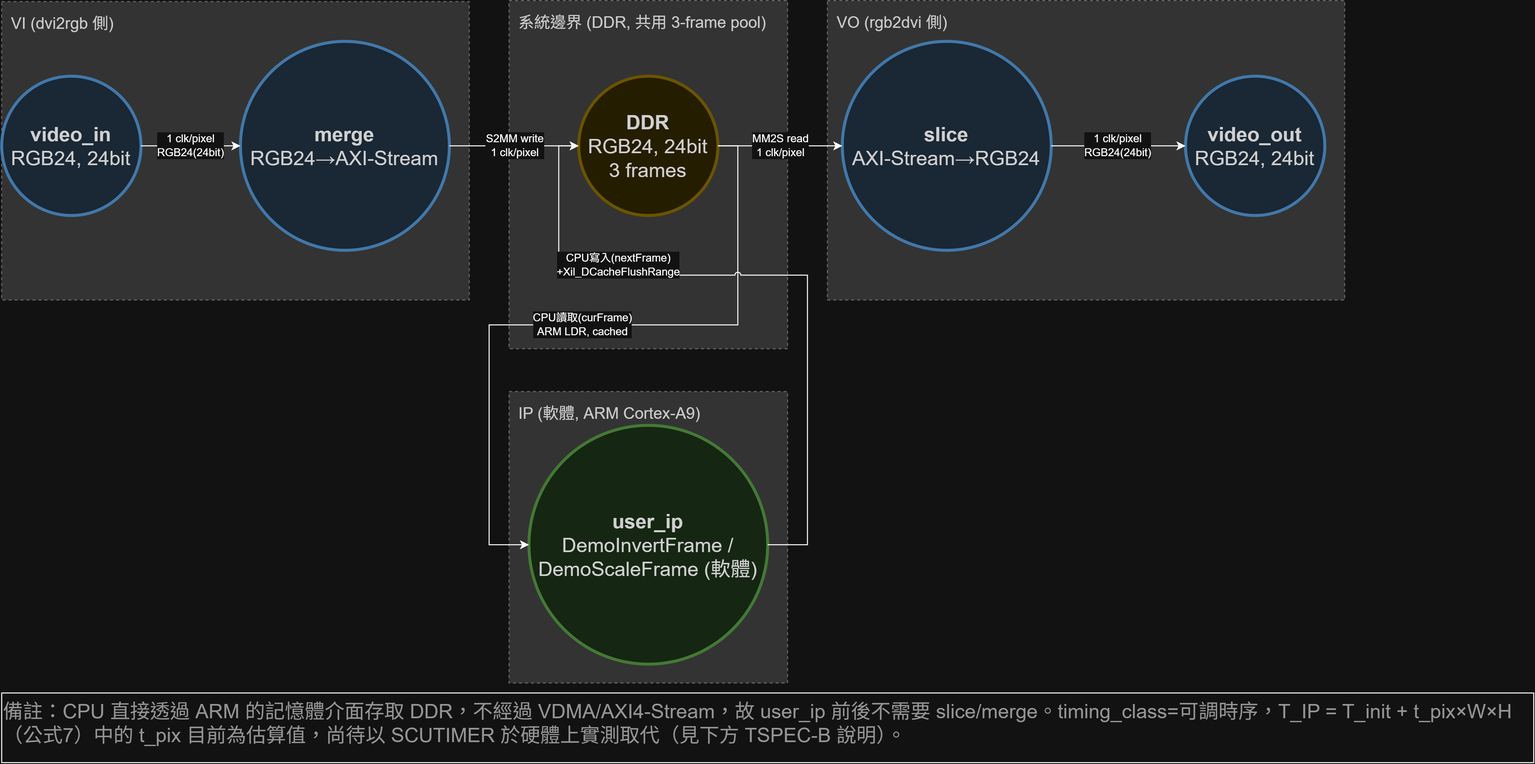
Earlier version of the draw.io export hdmi-in/image/AOV-B_CPU影像處理模式.drawio.png (c111185103-alt/VI-IP-VO). Source tidied: cells renumbered, new cells last; positions are measured from the earlier drawing's top-left corner, leaving out a move shared by most shapes. Source of this version:
```xml
<mxGraphModel>
  <root>
    <mxCell id="0" />
    <mxCell id="1" parent="0" />
    <mxCell id="2" value="&lt;font style=&quot;font-size: 16px; color: light-dark(rgb(0, 0, 0), rgb(204, 204, 204));&quot;&gt;VI (dvi2rgb 側)&lt;/font&gt;" style="whiteSpace=wrap;html=1;verticalAlign=top;align=left;dashed=1;strokeColor=#999999;fontColor=#666666;fontSize=13;spacingLeft=8;spacingTop=6;fillColor=light-dark(#FFFFFF,#333333);" parent="1" vertex="1">
      <mxGeometry y="1" width="470" height="300" as="geometry" />
    </mxCell>
    <mxCell id="3" value="&lt;font style=&quot;font-size: 16px; color: light-dark(rgb(0, 0, 0), rgb(204, 204, 204));&quot;&gt;系統邊界 (DDR, 共用 3-frame pool)&lt;/font&gt;" style="whiteSpace=wrap;html=1;verticalAlign=top;align=left;dashed=1;strokeColor=#999999;fontColor=#666666;fontSize=13;spacingLeft=8;spacingTop=6;fillColor=light-dark(#FFFFFF,#333333);" parent="1" vertex="1">
      <mxGeometry x="510" width="280" height="350" as="geometry" />
    </mxCell>
    <mxCell id="4" value="&lt;font style=&quot;font-size: 16px; color: light-dark(rgb(0, 0, 0), rgb(204, 204, 204));&quot;&gt;IP (軟體, ARM Cortex-A9)&lt;/font&gt;" style="whiteSpace=wrap;html=1;verticalAlign=top;align=left;dashed=1;strokeColor=#999999;fontColor=#666666;fontSize=13;spacingLeft=8;spacingTop=6;fillColor=light-dark(#FFFFFF,#333333);" parent="1" vertex="1">
      <mxGeometry x="510" y="393" width="280" height="293" as="geometry" />
    </mxCell>
    <mxCell id="5" value="&lt;font style=&quot;font-size: 16px; color: light-dark(rgb(0, 0, 0), rgb(204, 204, 204));&quot;&gt;VO (rgb2dvi 側)&lt;/font&gt;" style="whiteSpace=wrap;html=1;verticalAlign=top;align=left;dashed=1;strokeColor=#999999;fontColor=#666666;fontSize=13;spacingLeft=8;spacingTop=6;fillColor=light-dark(#FFFFFF,#333333);" parent="1" vertex="1">
      <mxGeometry x="830" width="520" height="301" as="geometry" />
    </mxCell>
    <mxCell id="6" value="&lt;div&gt;&lt;font style=&quot;font-size: 20px;&quot;&gt;&lt;b style=&quot;&quot;&gt;video_in&lt;/b&gt;&lt;/font&gt;&lt;/div&gt;&lt;div&gt;&lt;font style=&quot;font-size: 20px;&quot;&gt;RGB24, 24bit&lt;/font&gt;&lt;/div&gt;" style="ellipse;whiteSpace=wrap;html=1;verticalAlign=middle;align=center;fillColor=#DCEBFA;strokeColor=#5B9BD5;strokeWidth=3;fontColor=#222222;" parent="1" vertex="1">
      <mxGeometry y="76" width="140" height="140" as="geometry" />
    </mxCell>
    <mxCell id="7" value="&lt;div&gt;&lt;font style=&quot;font-size: 20px;&quot;&gt;&lt;b style=&quot;&quot;&gt;merge&lt;/b&gt;&lt;/font&gt;&lt;/div&gt;&lt;div&gt;&lt;font style=&quot;font-size: 20px;&quot;&gt;RGB24→AXI-Stream&lt;/font&gt;&lt;/div&gt;" style="ellipse;whiteSpace=wrap;html=1;verticalAlign=middle;align=center;fillColor=#DCEBFA;strokeColor=#5B9BD5;strokeWidth=3;fontColor=#222222;" parent="1" vertex="1">
      <mxGeometry x="240" y="41" width="210" height="210" as="geometry" />
    </mxCell>
    <mxCell id="8" value="&lt;div&gt;&lt;font style=&quot;font-size: 20px;&quot;&gt;&lt;b style=&quot;&quot;&gt;DDR&lt;/b&gt;&lt;/font&gt;&lt;/div&gt;&lt;div&gt;&lt;font style=&quot;font-size: 20px;&quot;&gt;RGB24, 24bit&lt;/font&gt;&lt;/div&gt;&lt;div&gt;&lt;font style=&quot;font-size: 20px;&quot;&gt;3 frames&lt;/font&gt;&lt;/div&gt;" style="ellipse;whiteSpace=wrap;html=1;verticalAlign=middle;align=center;fillColor=#FBF3CF;strokeColor=#D4B93C;strokeWidth=3;fontColor=#222222;" parent="1" vertex="1">
      <mxGeometry x="580" y="76" width="140" height="140" as="geometry" />
    </mxCell>
    <mxCell id="9" value="&lt;div&gt;&lt;font style=&quot;font-size: 20px;&quot;&gt;&lt;b style=&quot;&quot;&gt;slice&lt;/b&gt;&lt;/font&gt;&lt;/div&gt;&lt;div&gt;&lt;font style=&quot;font-size: 20px;&quot;&gt;AXI-Stream→RGB24&lt;/font&gt;&lt;/div&gt;" style="ellipse;whiteSpace=wrap;html=1;verticalAlign=middle;align=center;fillColor=#DCEBFA;strokeColor=#5B9BD5;strokeWidth=3;fontColor=#222222;" parent="1" vertex="1">
      <mxGeometry x="845" y="41" width="210" height="210" as="geometry" />
    </mxCell>
    <mxCell id="10" value="&lt;div&gt;&lt;font style=&quot;font-size: 20px;&quot;&gt;&lt;b style=&quot;&quot;&gt;video_out&lt;/b&gt;&lt;/font&gt;&lt;/div&gt;&lt;div&gt;&lt;font style=&quot;font-size: 20px;&quot;&gt;RGB24, 24bit&lt;/font&gt;&lt;/div&gt;" style="ellipse;whiteSpace=wrap;html=1;verticalAlign=middle;align=center;fillColor=#DCEBFA;strokeColor=#5B9BD5;strokeWidth=3;fontColor=#222222;" parent="1" vertex="1">
      <mxGeometry x="1190" y="76" width="140" height="140" as="geometry" />
    </mxCell>
    <mxCell id="11" value="&lt;div&gt;&lt;font style=&quot;font-size: 20px;&quot;&gt;&lt;b style=&quot;&quot;&gt;user_ip&lt;/b&gt;&lt;/font&gt;&lt;/div&gt;&lt;div&gt;&lt;font style=&quot;font-size: 20px;&quot;&gt;DemoInvertFrame /&lt;/font&gt;&lt;/div&gt;&lt;div&gt;&lt;font style=&quot;font-size: 20px;&quot;&gt;DemoScaleFrame (軟體)&lt;/font&gt;&lt;/div&gt;" style="ellipse;whiteSpace=wrap;html=1;verticalAlign=middle;align=center;fillColor=#DFF3DC;strokeColor=#6FAE5E;strokeWidth=3;fontColor=#222222;" parent="1" vertex="1">
      <mxGeometry x="530" y="427" width="240" height="240" as="geometry" />
    </mxCell>
    <mxCell id="12" value="1 clk/pixel&lt;br&gt;RGB24(24bit)" style="edgeStyle=orthogonalEdgeStyle;rounded=0;jettySize=auto;html=1;exitX=1;exitY=0.5;exitDx=0;exitDy=0;entryX=0;entryY=0.5;entryDx=0;entryDy=0;fontSize=11;jumpStyle=arc;" parent="1" edge="1" source="6" target="7">
      <mxGeometry relative="1" as="geometry" />
    </mxCell>
    <mxCell id="13" value="S2MM write&lt;br&gt;1 clk/pixel" style="edgeStyle=orthogonalEdgeStyle;rounded=0;jettySize=auto;html=1;exitX=1;exitY=0.5;exitDx=0;exitDy=0;entryX=0;entryY=0.5;entryDx=0;entryDy=0;fontSize=11;jumpStyle=arc;" parent="1" edge="1" source="7" target="8">
      <mxGeometry relative="1" as="geometry" />
    </mxCell>
    <mxCell id="14" value="MM2S read&lt;br&gt;1 clk/pixel" style="edgeStyle=orthogonalEdgeStyle;rounded=0;jettySize=auto;html=1;exitX=1;exitY=0.5;exitDx=0;exitDy=0;entryX=0;entryY=0.5;entryDx=0;entryDy=0;fontSize=11;jumpStyle=arc;" parent="1" edge="1" source="8" target="9">
      <mxGeometry relative="1" as="geometry" />
    </mxCell>
    <mxCell id="15" value="1 clk/pixel&lt;br&gt;RGB24(24bit)" style="edgeStyle=orthogonalEdgeStyle;rounded=0;jettySize=auto;html=1;exitX=1;exitY=0.5;exitDx=0;exitDy=0;entryX=0;entryY=0.5;entryDx=0;entryDy=0;fontSize=11;jumpStyle=arc;" parent="1" edge="1" source="9" target="10">
      <mxGeometry relative="1" as="geometry" />
    </mxCell>
    <mxCell id="16" value="CPU讀取(curFrame)&lt;br&gt;ARM LDR, cached" style="edgeStyle=orthogonalEdgeStyle;rounded=0;jettySize=auto;html=1;exitX=1;exitY=0.5;exitDx=0;exitDy=0;entryX=0;entryY=0.5;entryDx=0;entryDy=0;fontSize=11;jumpStyle=arc;" parent="1" edge="1" source="8" target="11">
      <mxGeometry relative="1" as="geometry">
        <Array as="points">
          <mxPoint x="740" y="146" />
          <mxPoint x="740" y="326" />
          <mxPoint x="490" y="326" />
          <mxPoint x="490" y="547" />
        </Array>
      </mxGeometry>
    </mxCell>
    <mxCell id="17" value="CPU寫入(nextFrame)&lt;br&gt;+Xil_DCacheFlushRange" style="edgeStyle=orthogonalEdgeStyle;rounded=0;jettySize=auto;html=1;exitX=1;exitY=0.5;exitDx=0;exitDy=0;entryX=0;entryY=0.5;entryDx=0;entryDy=0;fontSize=11;jumpStyle=arc;" parent="1" edge="1" source="11" target="8">
      <mxGeometry x="0.41" y="-10" relative="1" as="geometry">
        <Array as="points">
          <mxPoint x="810" y="547" />
          <mxPoint x="810" y="276" />
          <mxPoint x="560" y="276" />
          <mxPoint x="560" y="146" />
        </Array>
      </mxGeometry>
    </mxCell>
    <mxCell id="18" value="&lt;font style=&quot;font-size: 20px;&quot;&gt;備註：CPU 直接透過 ARM 的記憶體介面存取 DDR，不經過 VDMA/AXI4-Stream，故 user_ip 前後不需要 slice/merge。timing_class=可調時序，T_IP = T_init + t_pix×W×H（公式7）中的 t_pix 目前為估算值，尚待以 SCUTIMER 於硬體上實測取代（見下方 TSPEC-B 說明）。&lt;/font&gt;" style="whiteSpace=wrap;html=1;align=left;verticalAlign=top;fontSize=12;fontColor=#666666;" parent="1" vertex="1">
      <mxGeometry y="696" width="1540" height="70" as="geometry" />
    </mxCell>
  </root>
</mxGraphModel>
```
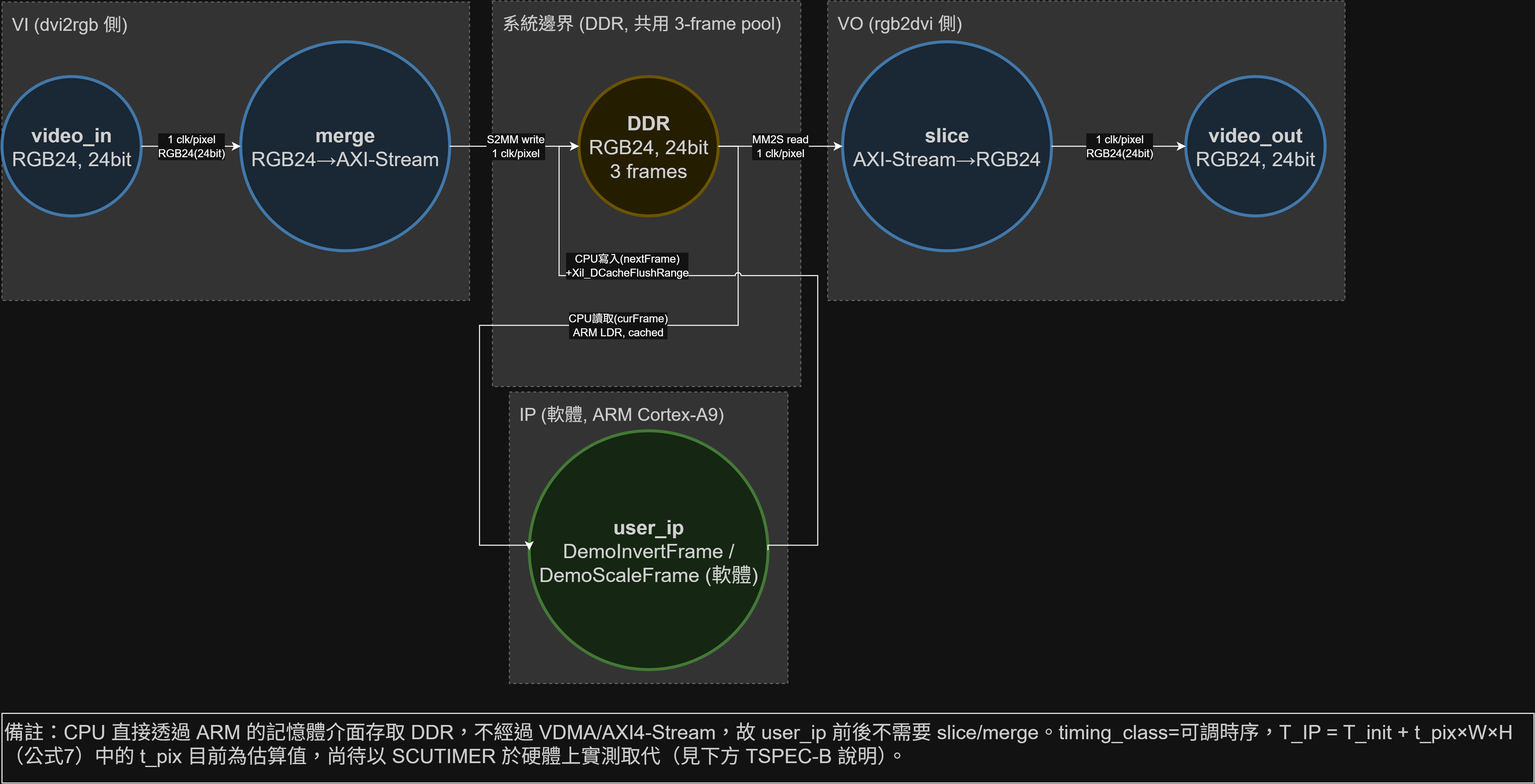
Above is the later version.

The edit, as a diff of the source:
```diff
@@ -2,16 +2,16 @@
   <root>
     <mxCell id="0" />
     <mxCell id="1" parent="0" />
-    <mxCell id="2" value="&lt;font style=&quot;font-size: 16px; color: light-dark(rgb(0, 0, 0), rgb(204, 204, 204));&quot;&gt;VI (dvi2rgb 側)&lt;/font&gt;" style="whiteSpace=wrap;html=1;verticalAlign=top;align=left;dashed=1;strokeColor=#999999;fontColor=#666666;fontSize=13;spacingLeft=8;spacingTop=6;fillColor=light-dark(#FFFFFF,#333333);" parent="1" vertex="1">
+    <mxCell id="2" value="&lt;font style=&quot;color: light-dark(rgb(0, 0, 0), rgb(204, 204, 204)); font-size: 18px;&quot;&gt;VI (dvi2rgb 側)&lt;/font&gt;" style="whiteSpace=wrap;html=1;verticalAlign=top;align=left;dashed=1;strokeColor=#999999;fontColor=#666666;fontSize=13;spacingLeft=8;spacingTop=6;fillColor=light-dark(#FFFFFF,#333333);" parent="1" vertex="1">
       <mxGeometry y="1" width="470" height="300" as="geometry" />
     </mxCell>
-    <mxCell id="3" value="&lt;font style=&quot;font-size: 16px; color: light-dark(rgb(0, 0, 0), rgb(204, 204, 204));&quot;&gt;系統邊界 (DDR, 共用 3-frame pool)&lt;/font&gt;" style="whiteSpace=wrap;html=1;verticalAlign=top;align=left;dashed=1;strokeColor=#999999;fontColor=#666666;fontSize=13;spacingLeft=8;spacingTop=6;fillColor=light-dark(#FFFFFF,#333333);" parent="1" vertex="1">
-      <mxGeometry x="510" width="280" height="350" as="geometry" />
+    <mxCell id="3" value="&lt;font style=&quot;color: light-dark(rgb(0, 0, 0), rgb(204, 204, 204)); font-size: 18px;&quot;&gt;系統邊界 (DDR, 共用 3-frame pool)&lt;/font&gt;" style="whiteSpace=wrap;html=1;verticalAlign=top;align=left;dashed=1;strokeColor=#999999;fontColor=#666666;fontSize=13;spacingLeft=8;spacingTop=6;fillColor=light-dark(#FFFFFF,#333333);" parent="1" vertex="1">
+      <mxGeometry x="493" width="310" height="387.5" as="geometry" />
     </mxCell>
-    <mxCell id="4" value="&lt;font style=&quot;font-size: 16px; color: light-dark(rgb(0, 0, 0), rgb(204, 204, 204));&quot;&gt;IP (軟體, ARM Cortex-A9)&lt;/font&gt;" style="whiteSpace=wrap;html=1;verticalAlign=top;align=left;dashed=1;strokeColor=#999999;fontColor=#666666;fontSize=13;spacingLeft=8;spacingTop=6;fillColor=light-dark(#FFFFFF,#333333);" parent="1" vertex="1">
+    <mxCell id="4" value="&lt;font style=&quot;color: light-dark(rgb(0, 0, 0), rgb(204, 204, 204)); font-size: 18px;&quot;&gt;IP (軟體, ARM Cortex-A9)&lt;/font&gt;" style="whiteSpace=wrap;html=1;verticalAlign=top;align=left;dashed=1;strokeColor=#999999;fontColor=#666666;fontSize=13;spacingLeft=8;spacingTop=6;fillColor=light-dark(#FFFFFF,#333333);" parent="1" vertex="1">
       <mxGeometry x="510" y="393" width="280" height="293" as="geometry" />
     </mxCell>
-    <mxCell id="5" value="&lt;font style=&quot;font-size: 16px; color: light-dark(rgb(0, 0, 0), rgb(204, 204, 204));&quot;&gt;VO (rgb2dvi 側)&lt;/font&gt;" style="whiteSpace=wrap;html=1;verticalAlign=top;align=left;dashed=1;strokeColor=#999999;fontColor=#666666;fontSize=13;spacingLeft=8;spacingTop=6;fillColor=light-dark(#FFFFFF,#333333);" parent="1" vertex="1">
+    <mxCell id="5" value="&lt;font style=&quot;color: light-dark(rgb(0, 0, 0), rgb(204, 204, 204)); font-size: 18px;&quot;&gt;VO (rgb2dvi 側)&lt;/font&gt;" style="whiteSpace=wrap;html=1;verticalAlign=top;align=left;dashed=1;strokeColor=#999999;fontColor=#666666;fontSize=13;spacingLeft=8;spacingTop=6;fillColor=light-dark(#FFFFFF,#333333);" parent="1" vertex="1">
       <mxGeometry x="830" width="520" height="301" as="geometry" />
     </mxCell>
     <mxCell id="6" value="&lt;div&gt;&lt;font style=&quot;font-size: 20px;&quot;&gt;&lt;b style=&quot;&quot;&gt;video_in&lt;/b&gt;&lt;/font&gt;&lt;/div&gt;&lt;div&gt;&lt;font style=&quot;font-size: 20px;&quot;&gt;RGB24, 24bit&lt;/font&gt;&lt;/div&gt;" style="ellipse;whiteSpace=wrap;html=1;verticalAlign=middle;align=center;fillColor=#DCEBFA;strokeColor=#5B9BD5;strokeWidth=3;fontColor=#222222;" parent="1" vertex="1">
@@ -30,7 +30,7 @@
       <mxGeometry x="1190" y="76" width="140" height="140" as="geometry" />
     </mxCell>
     <mxCell id="11" value="&lt;div&gt;&lt;font style=&quot;font-size: 20px;&quot;&gt;&lt;b style=&quot;&quot;&gt;user_ip&lt;/b&gt;&lt;/font&gt;&lt;/div&gt;&lt;div&gt;&lt;font style=&quot;font-size: 20px;&quot;&gt;DemoInvertFrame /&lt;/font&gt;&lt;/div&gt;&lt;div&gt;&lt;font style=&quot;font-size: 20px;&quot;&gt;DemoScaleFrame (軟體)&lt;/font&gt;&lt;/div&gt;" style="ellipse;whiteSpace=wrap;html=1;verticalAlign=middle;align=center;fillColor=#DFF3DC;strokeColor=#6FAE5E;strokeWidth=3;fontColor=#222222;" parent="1" vertex="1">
-      <mxGeometry x="530" y="427" width="240" height="240" as="geometry" />
+      <mxGeometry x="530" y="432" width="240" height="240" as="geometry" />
     </mxCell>
     <mxCell id="12" value="1 clk/pixel&lt;br&gt;RGB24(24bit)" style="edgeStyle=orthogonalEdgeStyle;rounded=0;jettySize=auto;html=1;exitX=1;exitY=0.5;exitDx=0;exitDy=0;entryX=0;entryY=0.5;entryDx=0;entryDy=0;fontSize=11;jumpStyle=arc;" parent="1" edge="1" source="6" target="7">
       <mxGeometry relative="1" as="geometry" />
@@ -45,27 +45,28 @@
       <mxGeometry relative="1" as="geometry" />
     </mxCell>
     <mxCell id="16" value="CPU讀取(curFrame)&lt;br&gt;ARM LDR, cached" style="edgeStyle=orthogonalEdgeStyle;rounded=0;jettySize=auto;html=1;exitX=1;exitY=0.5;exitDx=0;exitDy=0;entryX=0;entryY=0.5;entryDx=0;entryDy=0;fontSize=11;jumpStyle=arc;" parent="1" edge="1" source="8" target="11">
-      <mxGeometry relative="1" as="geometry">
+      <mxGeometry x="-0.13" relative="1" as="geometry">
         <Array as="points">
-          <mxPoint x="740" y="146" />
-          <mxPoint x="740" y="326" />
-          <mxPoint x="490" y="326" />
-          <mxPoint x="490" y="547" />
+          <mxPoint x="740" y="146.1" />
+          <mxPoint x="740" y="326.1" />
+          <mxPoint x="480" y="326.1" />
+          <mxPoint x="480" y="547" />
         </Array>
+        <mxPoint x="-1" as="offset" />
       </mxGeometry>
     </mxCell>
     <mxCell id="17" value="CPU寫入(nextFrame)&lt;br&gt;+Xil_DCacheFlushRange" style="edgeStyle=orthogonalEdgeStyle;rounded=0;jettySize=auto;html=1;exitX=1;exitY=0.5;exitDx=0;exitDy=0;entryX=0;entryY=0.5;entryDx=0;entryDy=0;fontSize=11;jumpStyle=arc;" parent="1" edge="1" source="11" target="8">
       <mxGeometry x="0.41" y="-10" relative="1" as="geometry">
         <Array as="points">
-          <mxPoint x="810" y="547" />
-          <mxPoint x="810" y="276" />
-          <mxPoint x="560" y="276" />
-          <mxPoint x="560" y="146" />
+          <mxPoint x="820" y="547" />
+          <mxPoint x="820" y="276.1" />
+          <mxPoint x="560" y="276.1" />
+          <mxPoint x="560" y="146.1" />
         </Array>
       </mxGeometry>
     </mxCell>
-    <mxCell id="18" value="&lt;font style=&quot;font-size: 20px;&quot;&gt;備註：CPU 直接透過 ARM 的記憶體介面存取 DDR，不經過 VDMA/AXI4-Stream，故 user_ip 前後不需要 slice/merge。timing_class=可調時序，T_IP = T_init + t_pix×W×H（公式7）中的 t_pix 目前為估算值，尚待以 SCUTIMER 於硬體上實測取代（見下方 TSPEC-B 說明）。&lt;/font&gt;" style="whiteSpace=wrap;html=1;align=left;verticalAlign=top;fontSize=12;fontColor=#666666;" parent="1" vertex="1">
-      <mxGeometry y="696" width="1540" height="70" as="geometry" />
+    <mxCell id="18" value="&lt;font style=&quot;font-size: 20px; color: light-dark(rgb(0, 0, 0), rgb(204, 204, 204));&quot;&gt;備註：CPU 直接透過 ARM 的記憶體介面存取 DDR，不經過 VDMA/AXI4-Stream，故 user_ip 前後不需要 slice/merge。timing_class=可調時序，T_IP = T_init + t_pix×W×H（公式7）中的 t_pix 目前為估算值，尚待以 SCUTIMER 於硬體上實測取代（見下方 TSPEC-B 說明）。&lt;/font&gt;" style="whiteSpace=wrap;html=1;align=left;verticalAlign=top;fontSize=12;fontColor=#666666;" parent="1" vertex="1">
+      <mxGeometry y="716" width="1540" height="70" as="geometry" />
     </mxCell>
   </root>
 </mxGraphModel>
```
